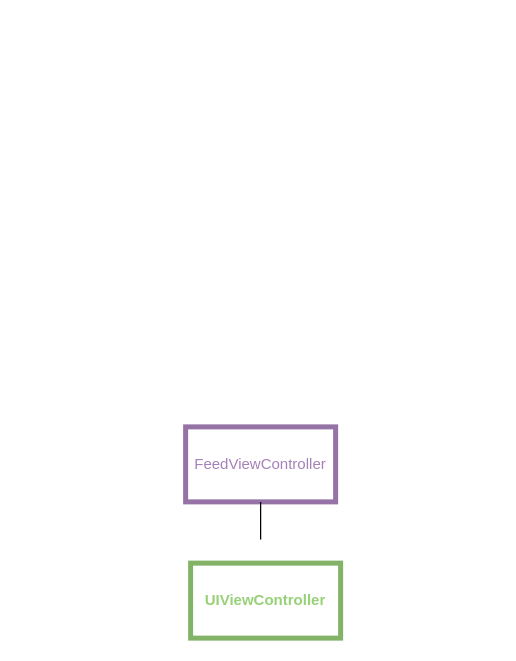
This is iOS Lead Essentials/PlanningAndSystemDesign/Diagrams/Untitled Diagram.drawio from gopal-iosdev/essential_developer, a draw.io file, before an edit. Source tidied: cells renumbered, new cells numbered last; positions are measured from the earlier drawing's top-left corner, leaving out a move shared by most shapes. Both pictures are drawn from the tidied source at 125%, with x=0, y=0 at pixel (185, 426).
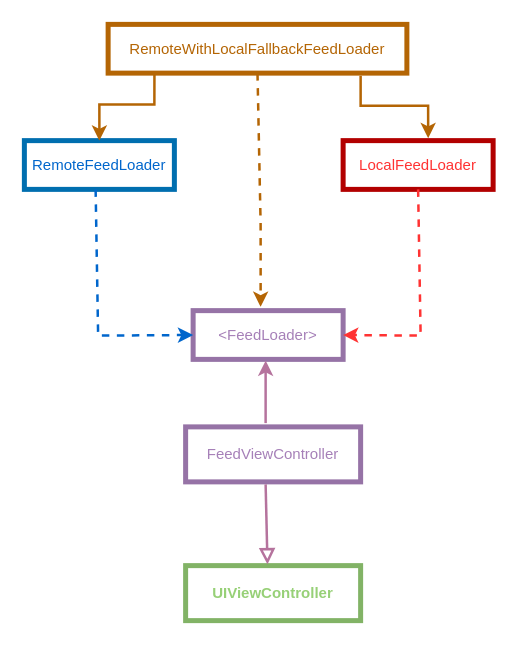
The same page after the edit.

Commit message:
Finished FeedLoader diagram

The edit, as a diff of the source:
```diff
@@
     <mxCell id="2" value="&lt;b&gt;&lt;font color=&quot;#97d077&quot;&gt;UIViewController&lt;/font&gt;&lt;/b&gt;" style="rounded=0;whiteSpace=wrap;html=1;strokeWidth=4;fillColor=none;strokeColor=#82b366;" parent="1" vertex="1">
-      <mxGeometry x="4" y="109" width="120" height="60" as="geometry" />
+      <mxGeometry y="111" width="140" height="44" as="geometry" />
     </mxCell>
     <mxCell id="3" value="&lt;font color=&quot;#a680b8&quot;&gt;FeedViewController&lt;/font&gt;" style="rounded=0;whiteSpace=wrap;html=1;fillColor=none;strokeColor=#9673a6;strokeWidth=4;" parent="1" vertex="1">
-      <mxGeometry width="120" height="60" as="geometry" />
+      <mxGeometry width="140" height="44" as="geometry" />
     </mxCell>
-    <mxCell id="4" style="endArrow=none;html=1;rounded=0;" parent="1" edge="1" source="3">
-      <mxGeometry relative="1" as="geometry">
-        <mxPoint x="60" y="90" as="targetPoint" />
-      </mxGeometry>
-    </mxCell>
+    <mxCell id="5" value="&lt;font color=&quot;#a680b8&quot;&gt;&amp;lt;FeedLoader&amp;gt;&lt;/font&gt;" style="rounded=0;whiteSpace=wrap;html=1;fillColor=none;strokeColor=#9673a6;strokeWidth=4;" parent="1" vertex="1">
+      <mxGeometry x="6" y="-93" width="120" height="39" as="geometry" />
+    </mxCell>
+    <mxCell id="6" style="endArrow=classic;html=1;rounded=0;entryX=0.417;entryY=1.103;entryDx=0;entryDy=0;entryPerimeter=0;strokeColor=#B5739D;strokeWidth=2;" parent="1" edge="1">
+      <mxGeometry relative="1" as="geometry">
+        <mxPoint x="64" y="-3" as="sourcePoint" />
+        <mxPoint x="64" y="-53" as="targetPoint" />
+      </mxGeometry>
+    </mxCell>
+    <mxCell id="7" value="&lt;font color=&quot;#0066cc&quot;&gt;RemoteFeedLoader&lt;/font&gt;" style="rounded=0;whiteSpace=wrap;html=1;fillColor=none;strokeColor=#006EAF;strokeWidth=4;fontColor=#ffffff;" parent="1" vertex="1">
+      <mxGeometry x="-129" y="-229" width="120" height="39" as="geometry" />
+    </mxCell>
+    <mxCell id="8" value="&lt;font color=&quot;#ff3333&quot;&gt;LocalFeedLoader&lt;/font&gt;" style="rounded=0;whiteSpace=wrap;html=1;fillColor=none;strokeColor=#B20000;strokeWidth=4;fontColor=#ffffff;" parent="1" vertex="1">
+      <mxGeometry x="126" y="-229" width="120" height="39" as="geometry" />
+    </mxCell>
+    <mxCell id="9" style="html=1;labelBackgroundColor=#ffffff;startArrow=none;startFill=0;startSize=6;endArrow=classic;endFill=1;endSize=6;jettySize=auto;strokeWidth=2;dashed=1;fontSize=14;rounded=0;exitX=0.5;exitY=1;exitDx=0;exitDy=0;entryX=1;entryY=0.5;entryDx=0;entryDy=0;strokeColor=#FF3333;" parent="1" edge="1" source="8" target="5">
+      <mxGeometry relative="1" as="geometry">
+        <Array as="points">
+          <mxPoint x="188" y="-73" />
+        </Array>
+      </mxGeometry>
+    </mxCell>
+    <mxCell id="10" style="html=1;labelBackgroundColor=#ffffff;startArrow=none;startFill=0;startSize=6;endArrow=classic;endFill=1;endSize=6;jettySize=auto;strokeWidth=2;dashed=1;fontSize=14;rounded=0;exitX=0.5;exitY=1;exitDx=0;exitDy=0;entryX=0;entryY=0.5;entryDx=0;entryDy=0;strokeColor=#0066CC;" parent="1" edge="1" target="5">
+      <mxGeometry relative="1" as="geometry">
+        <mxPoint x="-72" y="-190" as="sourcePoint" />
+        <Array as="points">
+          <mxPoint x="-70" y="-73" />
+        </Array>
+      </mxGeometry>
+    </mxCell>
+    <mxCell id="11" style="endArrow=block;html=1;rounded=0;strokeColor=#B5739D;strokeWidth=2;endFill=0;exitX=0.457;exitY=1.068;exitDx=0;exitDy=0;exitPerimeter=0;endSize=8;startSize=6;" parent="1" edge="1">
+      <mxGeometry relative="1" as="geometry">
+        <mxPoint x="64" y="46" as="sourcePoint" />
+        <mxPoint x="65.5" y="110" as="targetPoint" />
+      </mxGeometry>
+    </mxCell>
+    <mxCell id="12" value="&lt;font color=&quot;#b46504&quot;&gt;RemoteWithLocalFallbackFeedLoader&lt;/font&gt;" style="rounded=0;whiteSpace=wrap;html=1;fillColor=none;strokeColor=#b46504;strokeWidth=4;" parent="1" vertex="1">
+      <mxGeometry x="-62" y="-322" width="239" height="39" as="geometry" />
+    </mxCell>
+    <mxCell id="13" style="html=1;labelBackgroundColor=#ffffff;startArrow=none;startFill=0;startSize=6;endArrow=classic;endFill=1;endSize=6;jettySize=auto;strokeWidth=2;dashed=1;fontSize=14;rounded=0;exitX=0.5;exitY=1;exitDx=0;exitDy=0;strokeColor=#B46504;" parent="1" edge="1" source="12">
+      <mxGeometry relative="1" as="geometry">
+        <mxPoint x="60" y="-96" as="targetPoint" />
+        <Array as="points">
+          <mxPoint x="60" y="-162" />
+        </Array>
+      </mxGeometry>
+    </mxCell>
+    <mxCell id="14" style="endArrow=classic;html=1;rounded=0;exitX=0.155;exitY=1.026;exitDx=0;exitDy=0;exitPerimeter=0;strokeWidth=2;strokeColor=#B46504;" parent="1" edge="1" source="12" target="7">
+      <mxGeometry relative="1" as="geometry">
+        <Array as="points">
+          <mxPoint x="-25" y="-258" />
+          <mxPoint x="-69" y="-258" />
+        </Array>
+      </mxGeometry>
+    </mxCell>
+    <mxCell id="15" style="endArrow=classic;html=1;rounded=0;exitX=0.155;exitY=1.026;exitDx=0;exitDy=0;exitPerimeter=0;strokeWidth=2;strokeColor=#B46504;entryX=0.567;entryY=-0.051;entryDx=0;entryDy=0;entryPerimeter=0;" parent="1" edge="1" target="8">
+      <mxGeometry relative="1" as="geometry">
+        <mxPoint x="140" y="-281" as="sourcePoint" />
+        <Array as="points">
+          <mxPoint x="140" y="-257" />
+          <mxPoint x="194" y="-257" />
+        </Array>
+      </mxGeometry>
+    </mxCell>
```
